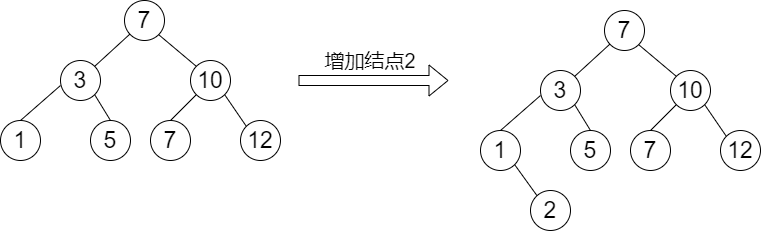
Above: DataStructures/bst.png in QuakeWang/Figure-bed (draw.io), before the change. Source tidied: cells renumbered, new cells last; positions are measured from the earlier drawing's top-left corner, leaving out a move shared by most shapes. Its diagram source:
```xml
<mxGraphModel>
  <root>
    <mxCell id="0" />
    <mxCell id="1" parent="0" />
    <mxCell id="2" style="ellipse;whiteSpace=wrap;html=1;" parent="1" vertex="1">
      <mxGeometry x="124" width="40" height="40" as="geometry" />
    </mxCell>
    <mxCell id="3" value="&lt;font style=&quot;font-size: 23px&quot;&gt;7&lt;/font&gt;" style="text;html=1;strokeColor=none;fillColor=none;align=center;verticalAlign=middle;whiteSpace=wrap;rounded=0;" parent="1" vertex="1">
      <mxGeometry x="124" y="10" width="40" height="20" as="geometry" />
    </mxCell>
    <mxCell id="4" style="ellipse;whiteSpace=wrap;html=1;" parent="1" vertex="1">
      <mxGeometry x="60" y="60" width="40" height="40" as="geometry" />
    </mxCell>
    <mxCell id="5" value="&lt;font style=&quot;font-size: 23px&quot;&gt;3&lt;/font&gt;" style="text;html=1;strokeColor=none;fillColor=none;align=center;verticalAlign=middle;whiteSpace=wrap;rounded=0;" parent="1" vertex="1">
      <mxGeometry x="60" y="70" width="40" height="20" as="geometry" />
    </mxCell>
    <mxCell id="6" style="ellipse;whiteSpace=wrap;html=1;" parent="1" vertex="1">
      <mxGeometry x="190" y="60" width="40" height="40" as="geometry" />
    </mxCell>
    <mxCell id="7" value="&lt;font style=&quot;font-size: 23px&quot;&gt;10&lt;/font&gt;" style="text;html=1;strokeColor=none;fillColor=none;align=center;verticalAlign=middle;whiteSpace=wrap;rounded=0;" parent="1" vertex="1">
      <mxGeometry x="190" y="70" width="40" height="20" as="geometry" />
    </mxCell>
    <mxCell id="8" style="endArrow=none;html=1;exitX=1;exitY=0;exitDx=0;exitDy=0;" parent="1" edge="1" source="4" target="2">
      <mxGeometry relative="1" as="geometry" />
    </mxCell>
    <mxCell id="9" style="endArrow=none;html=1;entryX=0;entryY=0;entryDx=0;entryDy=0;exitX=1;exitY=1;exitDx=0;exitDy=0;" parent="1" edge="1" source="2" target="6">
      <mxGeometry relative="1" as="geometry" />
    </mxCell>
    <mxCell id="10" style="ellipse;whiteSpace=wrap;html=1;" parent="1" vertex="1">
      <mxGeometry x="240" y="120" width="40" height="40" as="geometry" />
    </mxCell>
    <mxCell id="11" value="&lt;font style=&quot;font-size: 23px&quot;&gt;12&lt;/font&gt;" style="text;html=1;strokeColor=none;fillColor=none;align=center;verticalAlign=middle;whiteSpace=wrap;rounded=0;" parent="1" vertex="1">
      <mxGeometry x="240" y="130" width="40" height="20" as="geometry" />
    </mxCell>
    <mxCell id="12" style="endArrow=none;html=1;entryX=0;entryY=0;entryDx=0;entryDy=0;exitX=1;exitY=1;exitDx=0;exitDy=0;" parent="1" edge="1" source="6" target="10">
      <mxGeometry relative="1" as="geometry" />
    </mxCell>
    <mxCell id="13" style="ellipse;whiteSpace=wrap;html=1;" parent="1" vertex="1">
      <mxGeometry x="150" y="120" width="40" height="40" as="geometry" />
    </mxCell>
    <mxCell id="14" value="&lt;font style=&quot;font-size: 23px&quot;&gt;7&lt;/font&gt;" style="text;html=1;strokeColor=none;fillColor=none;align=center;verticalAlign=middle;whiteSpace=wrap;rounded=0;" parent="1" vertex="1">
      <mxGeometry x="150" y="130" width="40" height="20" as="geometry" />
    </mxCell>
    <mxCell id="15" style="endArrow=none;html=1;entryX=0;entryY=1;entryDx=0;entryDy=0;" parent="1" edge="1" target="6">
      <mxGeometry relative="1" as="geometry">
        <mxPoint x="170" y="120" as="sourcePoint" />
      </mxGeometry>
    </mxCell>
    <mxCell id="16" style="ellipse;whiteSpace=wrap;html=1;" parent="1" vertex="1">
      <mxGeometry x="90" y="120" width="40" height="40" as="geometry" />
    </mxCell>
    <mxCell id="17" value="&lt;font style=&quot;font-size: 23px&quot;&gt;5&lt;/font&gt;" style="text;html=1;strokeColor=none;fillColor=none;align=center;verticalAlign=middle;whiteSpace=wrap;rounded=0;" parent="1" vertex="1">
      <mxGeometry x="90" y="130" width="40" height="20" as="geometry" />
    </mxCell>
    <mxCell id="18" style="ellipse;whiteSpace=wrap;html=1;" parent="1" vertex="1">
      <mxGeometry y="120" width="40" height="40" as="geometry" />
    </mxCell>
    <mxCell id="19" value="&lt;font style=&quot;font-size: 23px&quot;&gt;1&lt;/font&gt;" style="text;html=1;strokeColor=none;fillColor=none;align=center;verticalAlign=middle;whiteSpace=wrap;rounded=0;" parent="1" vertex="1">
      <mxGeometry y="130" width="40" height="20" as="geometry" />
    </mxCell>
    <mxCell id="20" style="endArrow=none;html=1;entryX=0;entryY=0.75;entryDx=0;entryDy=0;exitX=0.5;exitY=0;exitDx=0;exitDy=0;" parent="1" edge="1" source="18" target="5">
      <mxGeometry relative="1" as="geometry" />
    </mxCell>
    <mxCell id="21" style="endArrow=none;html=1;exitX=0.5;exitY=0;exitDx=0;exitDy=0;entryX=1;entryY=1;entryDx=0;entryDy=0;" parent="1" edge="1" source="16" target="4">
      <mxGeometry relative="1" as="geometry" />
    </mxCell>
    <mxCell id="22" style="ellipse;whiteSpace=wrap;html=1;" parent="1" vertex="1">
      <mxGeometry x="604" y="10" width="40" height="40" as="geometry" />
    </mxCell>
    <mxCell id="23" value="&lt;font style=&quot;font-size: 23px&quot;&gt;7&lt;/font&gt;" style="text;html=1;strokeColor=none;fillColor=none;align=center;verticalAlign=middle;whiteSpace=wrap;rounded=0;" parent="1" vertex="1">
      <mxGeometry x="604" y="20" width="40" height="20" as="geometry" />
    </mxCell>
    <mxCell id="24" style="ellipse;whiteSpace=wrap;html=1;" parent="1" vertex="1">
      <mxGeometry x="540" y="70" width="40" height="40" as="geometry" />
    </mxCell>
    <mxCell id="25" value="&lt;font style=&quot;font-size: 23px&quot;&gt;3&lt;/font&gt;" style="text;html=1;strokeColor=none;fillColor=none;align=center;verticalAlign=middle;whiteSpace=wrap;rounded=0;" parent="1" vertex="1">
      <mxGeometry x="540" y="80" width="40" height="20" as="geometry" />
    </mxCell>
    <mxCell id="26" style="ellipse;whiteSpace=wrap;html=1;" parent="1" vertex="1">
      <mxGeometry x="670" y="70" width="40" height="40" as="geometry" />
    </mxCell>
    <mxCell id="27" value="&lt;font style=&quot;font-size: 23px&quot;&gt;10&lt;/font&gt;" style="text;html=1;strokeColor=none;fillColor=none;align=center;verticalAlign=middle;whiteSpace=wrap;rounded=0;" parent="1" vertex="1">
      <mxGeometry x="670" y="80" width="40" height="20" as="geometry" />
    </mxCell>
    <mxCell id="28" style="endArrow=none;html=1;exitX=1;exitY=0;exitDx=0;exitDy=0;" parent="1" edge="1" source="24" target="22">
      <mxGeometry relative="1" as="geometry" />
    </mxCell>
    <mxCell id="29" style="endArrow=none;html=1;entryX=0;entryY=0;entryDx=0;entryDy=0;exitX=1;exitY=1;exitDx=0;exitDy=0;" parent="1" edge="1" source="22" target="26">
      <mxGeometry relative="1" as="geometry" />
    </mxCell>
    <mxCell id="30" style="ellipse;whiteSpace=wrap;html=1;" parent="1" vertex="1">
      <mxGeometry x="720" y="130" width="40" height="40" as="geometry" />
    </mxCell>
    <mxCell id="31" value="&lt;font style=&quot;font-size: 23px&quot;&gt;12&lt;/font&gt;" style="text;html=1;strokeColor=none;fillColor=none;align=center;verticalAlign=middle;whiteSpace=wrap;rounded=0;" parent="1" vertex="1">
      <mxGeometry x="720" y="140" width="40" height="20" as="geometry" />
    </mxCell>
    <mxCell id="32" style="endArrow=none;html=1;entryX=0;entryY=0;entryDx=0;entryDy=0;exitX=1;exitY=1;exitDx=0;exitDy=0;" parent="1" edge="1" source="26" target="30">
      <mxGeometry relative="1" as="geometry" />
    </mxCell>
    <mxCell id="33" style="ellipse;whiteSpace=wrap;html=1;" parent="1" vertex="1">
      <mxGeometry x="630" y="130" width="40" height="40" as="geometry" />
    </mxCell>
    <mxCell id="34" value="&lt;font style=&quot;font-size: 23px&quot;&gt;7&lt;/font&gt;" style="text;html=1;strokeColor=none;fillColor=none;align=center;verticalAlign=middle;whiteSpace=wrap;rounded=0;" parent="1" vertex="1">
      <mxGeometry x="630" y="140" width="40" height="20" as="geometry" />
    </mxCell>
    <mxCell id="35" style="endArrow=none;html=1;entryX=0;entryY=1;entryDx=0;entryDy=0;" parent="1" edge="1" target="26">
      <mxGeometry relative="1" as="geometry">
        <mxPoint x="650" y="130" as="sourcePoint" />
      </mxGeometry>
    </mxCell>
    <mxCell id="36" style="ellipse;whiteSpace=wrap;html=1;" parent="1" vertex="1">
      <mxGeometry x="570" y="130" width="40" height="40" as="geometry" />
    </mxCell>
    <mxCell id="37" value="&lt;font style=&quot;font-size: 23px&quot;&gt;5&lt;/font&gt;" style="text;html=1;strokeColor=none;fillColor=none;align=center;verticalAlign=middle;whiteSpace=wrap;rounded=0;" parent="1" vertex="1">
      <mxGeometry x="570" y="140" width="40" height="20" as="geometry" />
    </mxCell>
    <mxCell id="38" style="ellipse;whiteSpace=wrap;html=1;" parent="1" vertex="1">
      <mxGeometry x="480" y="130" width="40" height="40" as="geometry" />
    </mxCell>
    <mxCell id="39" value="&lt;font style=&quot;font-size: 23px&quot;&gt;1&lt;/font&gt;" style="text;html=1;strokeColor=none;fillColor=none;align=center;verticalAlign=middle;whiteSpace=wrap;rounded=0;" parent="1" vertex="1">
      <mxGeometry x="480" y="140" width="40" height="20" as="geometry" />
    </mxCell>
    <mxCell id="40" style="endArrow=none;html=1;entryX=0;entryY=0.75;entryDx=0;entryDy=0;exitX=0.5;exitY=0;exitDx=0;exitDy=0;" parent="1" edge="1" source="38" target="25">
      <mxGeometry relative="1" as="geometry" />
    </mxCell>
    <mxCell id="41" style="endArrow=none;html=1;exitX=0.5;exitY=0;exitDx=0;exitDy=0;entryX=1;entryY=1;entryDx=0;entryDy=0;" parent="1" edge="1" source="36" target="24">
      <mxGeometry relative="1" as="geometry" />
    </mxCell>
    <mxCell id="42" style="shape=flexArrow;endArrow=classic;html=1;" parent="1" edge="1">
      <mxGeometry relative="1" as="geometry">
        <mxPoint x="298" y="80" as="sourcePoint" />
        <mxPoint x="448" y="80" as="targetPoint" />
      </mxGeometry>
    </mxCell>
    <mxCell id="43" value="&lt;font style=&quot;font-size: 20px&quot;&gt;增加结点2&lt;/font&gt;" style="text;html=1;strokeColor=none;fillColor=none;align=center;verticalAlign=middle;whiteSpace=wrap;rounded=0;" parent="1" vertex="1">
      <mxGeometry x="300" y="30" width="140" height="60" as="geometry" />
    </mxCell>
    <mxCell id="44" style="endArrow=none;html=1;entryX=1;entryY=1;entryDx=0;entryDy=0;" parent="1" edge="1" target="38">
      <mxGeometry relative="1" as="geometry">
        <mxPoint x="540" y="200" as="sourcePoint" />
      </mxGeometry>
    </mxCell>
    <mxCell id="45" style="ellipse;whiteSpace=wrap;html=1;" parent="1" vertex="1">
      <mxGeometry x="530" y="190" width="40" height="40" as="geometry" />
    </mxCell>
    <mxCell id="46" value="&lt;font style=&quot;font-size: 23px&quot;&gt;2&lt;/font&gt;" style="text;html=1;strokeColor=none;fillColor=none;align=center;verticalAlign=middle;whiteSpace=wrap;rounded=0;" parent="1" vertex="1">
      <mxGeometry x="530" y="200" width="40" height="20" as="geometry" />
    </mxCell>
  </root>
</mxGraphModel>
```
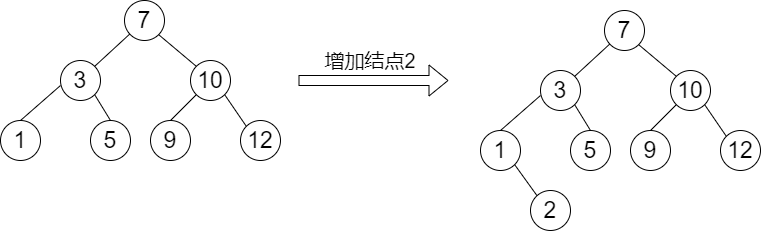
Later version of the same file.

Diff of the diagram source:
```diff
@@ -38,7 +38,7 @@
     <mxCell id="13" style="ellipse;whiteSpace=wrap;html=1;" parent="1" vertex="1">
       <mxGeometry x="150" y="120" width="40" height="40" as="geometry" />
     </mxCell>
-    <mxCell id="14" value="&lt;font style=&quot;font-size: 23px&quot;&gt;7&lt;/font&gt;" style="text;html=1;strokeColor=none;fillColor=none;align=center;verticalAlign=middle;whiteSpace=wrap;rounded=0;" parent="1" vertex="1">
+    <mxCell id="14" value="&lt;span style=&quot;font-size: 23px&quot;&gt;9&lt;/span&gt;" style="text;html=1;strokeColor=none;fillColor=none;align=center;verticalAlign=middle;whiteSpace=wrap;rounded=0;" parent="1" vertex="1">
       <mxGeometry x="150" y="130" width="40" height="20" as="geometry" />
     </mxCell>
     <mxCell id="15" style="endArrow=none;html=1;entryX=0;entryY=1;entryDx=0;entryDy=0;" parent="1" edge="1" target="6">
@@ -100,7 +100,7 @@
     <mxCell id="33" style="ellipse;whiteSpace=wrap;html=1;" parent="1" vertex="1">
       <mxGeometry x="630" y="130" width="40" height="40" as="geometry" />
     </mxCell>
-    <mxCell id="34" value="&lt;font style=&quot;font-size: 23px&quot;&gt;7&lt;/font&gt;" style="text;html=1;strokeColor=none;fillColor=none;align=center;verticalAlign=middle;whiteSpace=wrap;rounded=0;" parent="1" vertex="1">
+    <mxCell id="34" value="&lt;font style=&quot;font-size: 23px&quot;&gt;9&lt;/font&gt;" style="text;html=1;strokeColor=none;fillColor=none;align=center;verticalAlign=middle;whiteSpace=wrap;rounded=0;" parent="1" vertex="1">
       <mxGeometry x="630" y="140" width="40" height="20" as="geometry" />
     </mxCell>
     <mxCell id="35" style="endArrow=none;html=1;entryX=0;entryY=1;entryDx=0;entryDy=0;" parent="1" edge="1" target="26">
```
